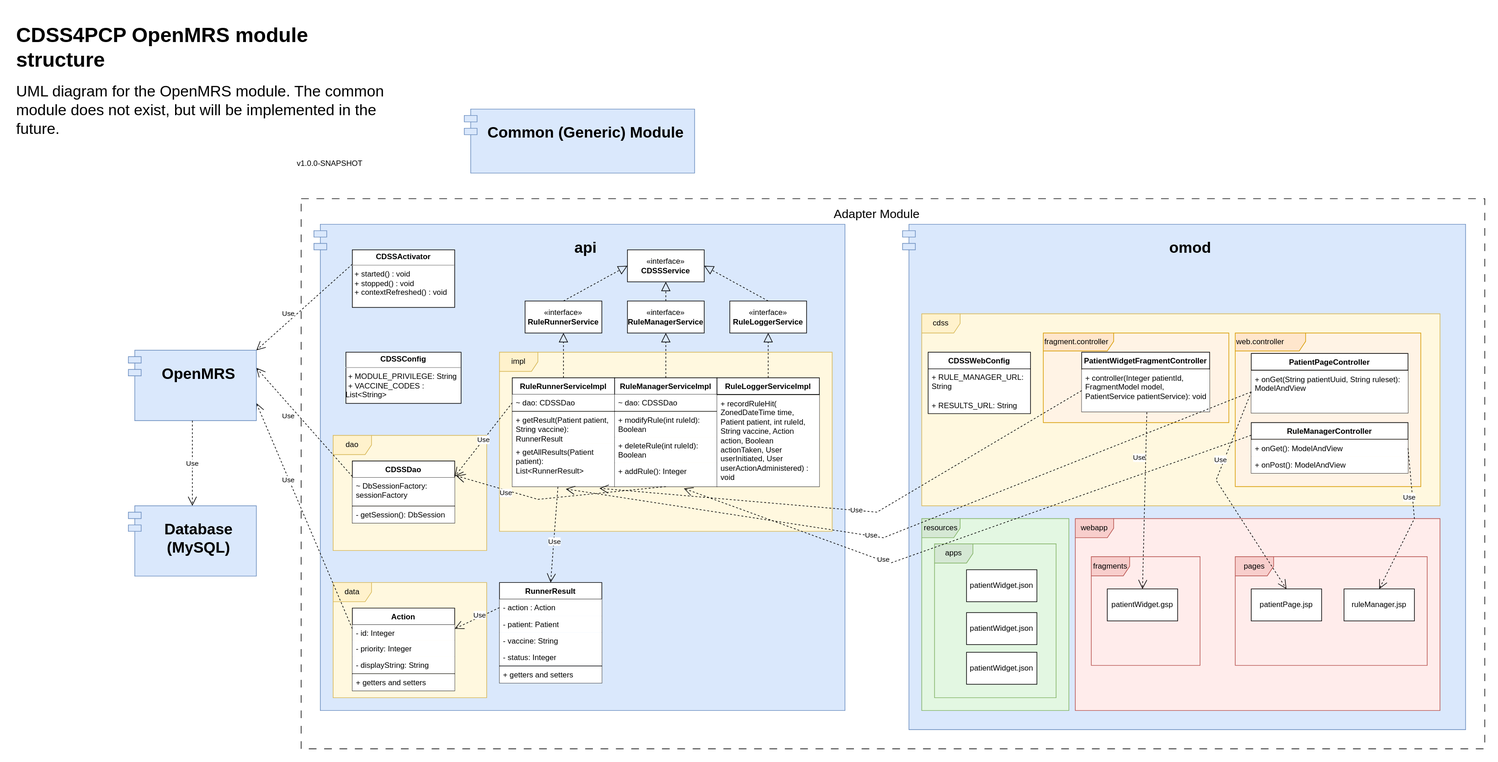
The draw.io diagram OpenMRS/OpenMRS module structure.svg in CDSS4PCP/EMR_EHR4CDSSPCP, before a commit. Source tidied: cells renumbered, new cells last; positions are measured from the earlier drawing's top-left corner, leaving out a move shared by most shapes.
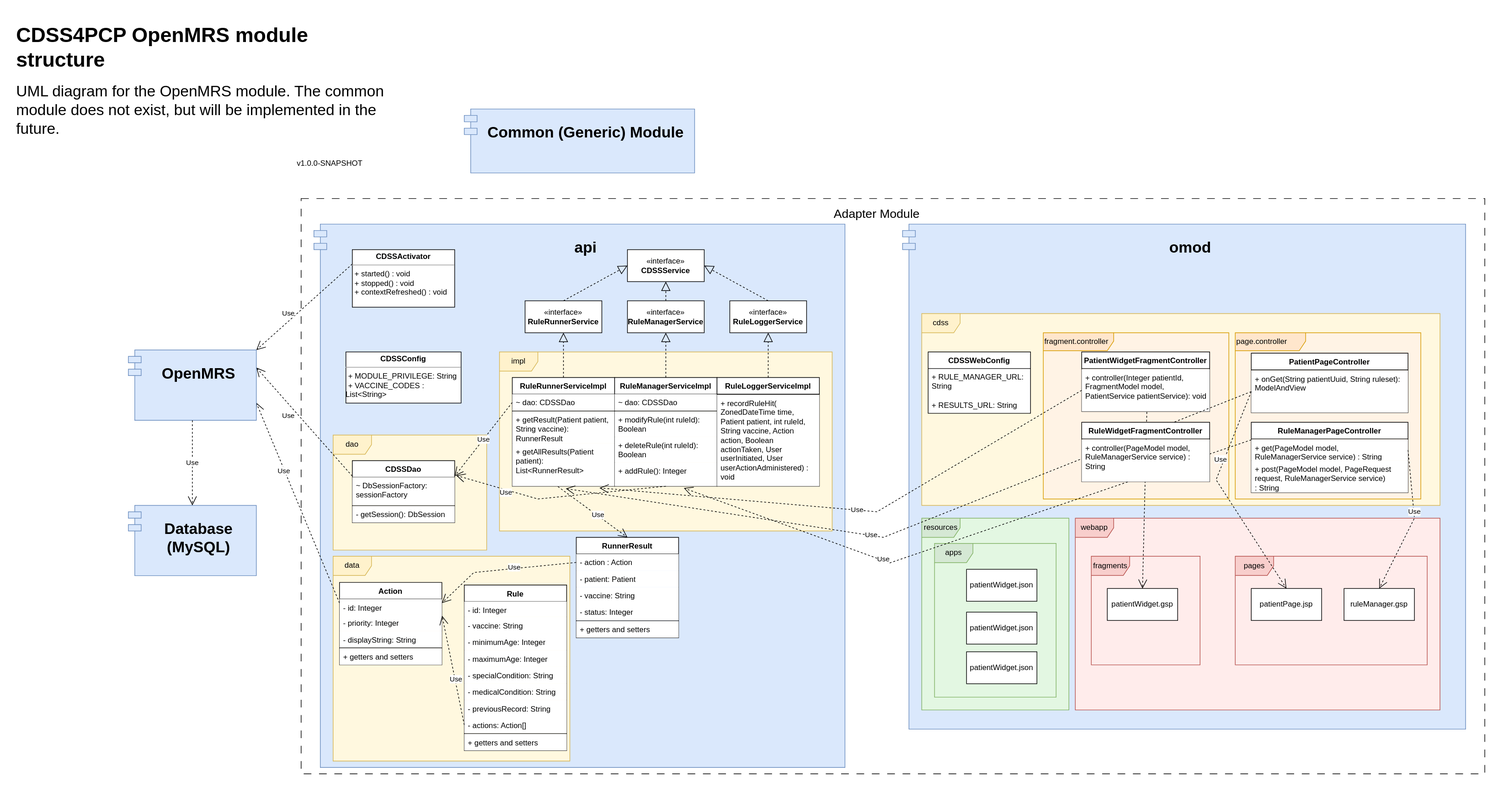
The same diagram one commit later.

Commit message:
Updated UML diagram for OpenMRS module

The edit, as a diff of the source:
```diff
@@ -3,7 +3,7 @@
     <mxCell id="0" />
     <mxCell id="1" parent="0" />
     <mxCell id="2" style="verticalLabelPosition=bottom;verticalAlign=top;html=1;shape=mxgraph.basic.rect;fillColor2=none;strokeWidth=1;size=20;indent=5;fillColor=none;dashed=1;dashPattern=12 12;" parent="1" vertex="1">
-      <mxGeometry x="450" y="280" width="1850" height="860" as="geometry" />
+      <mxGeometry x="450" y="280" width="1850" height="900" as="geometry" />
     </mxCell>
     <mxCell id="3" value="&lt;h1&gt;omod&lt;/h1&gt;" style="shape=module;align=left;spacingLeft=20;align=center;verticalAlign=top;whiteSpace=wrap;html=1;fillColor=#dae8fc;strokeColor=#6c8ebf;" parent="1" vertex="1">
       <mxGeometry x="1390" y="320" width="880" height="790" as="geometry" />
@@ -11,14 +11,14 @@
     <mxCell id="4" value="cdss" style="shape=umlFrame;whiteSpace=wrap;html=1;swimlaneFillColor=#FFF8DF;fillColor=#FFF2CC;strokeColor=#d6b656;" parent="1" vertex="1">
       <mxGeometry x="1420" y="460" width="810" height="300" as="geometry" />
     </mxCell>
-    <mxCell id="5" value="web.controller" style="shape=umlFrame;whiteSpace=wrap;html=1;swimlaneFillColor=#FFF3E5;align=left;width=110;height=28;fillColor=#ffe6cc;strokeColor=#d79b00;" parent="1" vertex="1">
-      <mxGeometry x="1910" y="490" width="290" height="240" as="geometry" />
+    <mxCell id="5" value="page.controller" style="shape=umlFrame;whiteSpace=wrap;html=1;swimlaneFillColor=#FFF3E5;align=left;width=110;height=28;fillColor=#ffe6cc;strokeColor=#d79b00;" parent="1" vertex="1">
+      <mxGeometry x="1910" y="490" width="290" height="260" as="geometry" />
     </mxCell>
     <mxCell id="6" value="fragment.controller" style="shape=umlFrame;whiteSpace=wrap;html=1;swimlaneFillColor=#FFF3E5;align=left;width=110;height=28;fillColor=#ffe6cc;strokeColor=#d79b00;" parent="1" vertex="1">
-      <mxGeometry x="1610" y="490" width="290" height="140" as="geometry" />
+      <mxGeometry x="1610" y="490" width="290" height="260" as="geometry" />
     </mxCell>
     <mxCell id="7" value="&lt;h1&gt;api&lt;/h1&gt;" style="shape=module;align=left;spacingLeft=20;align=center;verticalAlign=top;whiteSpace=wrap;html=1;fillColor=#dae8fc;strokeColor=#6c8ebf;" parent="1" vertex="1">
-      <mxGeometry x="470" y="320" width="830" height="760" as="geometry" />
+      <mxGeometry x="470" y="320" width="830" height="850" as="geometry" />
     </mxCell>
     <mxCell id="8" value="«interface»&lt;br&gt;&lt;b&gt;CDSSService&lt;br&gt;&lt;/b&gt;" style="html=1;whiteSpace=wrap;" parent="1" vertex="1">
       <mxGeometry x="960" y="360" width="120" height="50" as="geometry" />
@@ -117,10 +117,10 @@
       <mxGeometry y="71" width="160" height="26" as="geometry" />
     </mxCell>
     <mxCell id="40" value="data" style="shape=umlFrame;whiteSpace=wrap;html=1;fillColor=#fff2cc;swimlaneFillColor=#FFF8DF;strokeColor=#d6b656;" parent="1" vertex="1">
-      <mxGeometry x="500" y="880" width="240" height="180" as="geometry" />
+      <mxGeometry x="500" y="839.5" width="370" height="320.5" as="geometry" />
     </mxCell>
     <mxCell id="41" value="Action" style="swimlane;fontStyle=1;align=center;verticalAlign=top;horizontal=1;startSize=26;whiteSpace=wrap;html=1;fillColor=default;" parent="1" vertex="1">
-      <mxGeometry x="530" y="920" width="160" height="129" as="geometry" />
+      <mxGeometry x="510" y="880.5" width="160" height="129" as="geometry" />
     </mxCell>
     <mxCell id="42" value="- id: Integer" style="text;strokeColor=none;fillColor=default;align=left;verticalAlign=top;spacingLeft=4;spacingRight=4;overflow=hidden;whiteSpace=wrap;html=1;" parent="41" vertex="1">
       <mxGeometry y="26" width="160" height="24" as="geometry" />
@@ -138,7 +138,7 @@
       <mxGeometry y="103" width="160" height="26" as="geometry" />
     </mxCell>
     <mxCell id="47" value="RunnerResult" style="swimlane;fontStyle=1;align=center;verticalAlign=top;horizontal=1;startSize=26;whiteSpace=wrap;html=1;fillColor=default;" parent="1" vertex="1">
-      <mxGeometry x="760" y="880" width="160" height="157" as="geometry" />
+      <mxGeometry x="880" y="810" width="160" height="157" as="geometry" />
     </mxCell>
     <mxCell id="48" value="- action : Action" style="text;strokeColor=none;fillColor=default;align=left;verticalAlign=top;spacingLeft=4;spacingRight=4;overflow=hidden;whiteSpace=wrap;html=1;" parent="47" vertex="1">
       <mxGeometry y="26" width="160" height="26" as="geometry" />
@@ -182,6 +182,9 @@
     </mxCell>
     <mxCell id="60" value="Use" style="endArrow=open;endSize=12;dashed=1;html=1;rounded=0;exitX=0;exitY=0.25;exitDx=0;exitDy=0;entryX=1;entryY=0.25;entryDx=0;entryDy=0;" parent="1" edge="1" source="47" target="41">
       <mxGeometry x="-0.17" y="-2" relative="1" as="geometry">
+        <Array as="points">
+          <mxPoint x="720" y="865" />
+        </Array>
         <mxPoint x="-1" as="offset" />
       </mxGeometry>
     </mxCell>
@@ -203,17 +206,17 @@
     <mxCell id="66" value="+&amp;nbsp;onGet&lt;span style=&quot;background-color: initial;&quot;&gt;(String patientUuid, String ruleset): ModelAndView&lt;/span&gt;" style="text;strokeColor=none;fillColor=default;align=left;verticalAlign=top;spacingLeft=4;spacingRight=4;overflow=hidden;points=[[0,0.5],[1,0.5]];portConstraint=eastwest;whiteSpace=wrap;html=1;" parent="64" vertex="1">
       <mxGeometry y="27" width="245" height="66" as="geometry" />
     </mxCell>
-    <mxCell id="67" value="RuleManagerController" style="swimlane;fontStyle=1;align=center;verticalAlign=top;horizontal=1;startSize=26;whiteSpace=wrap;html=1;" parent="1" vertex="1">
-      <mxGeometry x="1935" y="630" width="245" height="79" as="geometry" />
+    <mxCell id="67" value="RuleManagerPageController" style="swimlane;fontStyle=1;align=center;verticalAlign=top;horizontal=1;startSize=26;whiteSpace=wrap;html=1;" parent="1" vertex="1">
+      <mxGeometry x="1935" y="630" width="245" height="110" as="geometry" />
     </mxCell>
     <mxCell id="68" style="line;strokeWidth=1;fillColor=none;align=left;verticalAlign=middle;spacingTop=-1;spacingLeft=3;spacingRight=3;labelPosition=right;strokeColor=none;" parent="67" vertex="1">
       <mxGeometry y="26" width="245" height="1" as="geometry" />
     </mxCell>
-    <mxCell id="69" value="+&amp;nbsp;onGet&lt;span style=&quot;background-color: initial;&quot;&gt;(): ModelAndView&lt;/span&gt;" style="text;strokeColor=none;fillColor=default;align=left;verticalAlign=top;spacingLeft=4;spacingRight=4;overflow=hidden;points=[[0,0.5],[1,0.5]];portConstraint=eastwest;whiteSpace=wrap;html=1;" parent="67" vertex="1">
-      <mxGeometry y="27" width="245" height="26" as="geometry" />
+    <mxCell id="69" value="+ get(PageModel model, RuleManagerService service) : String&amp;nbsp;" style="text;strokeColor=none;fillColor=default;align=left;verticalAlign=top;spacingLeft=4;spacingRight=4;overflow=hidden;points=[[0,0.5],[1,0.5]];portConstraint=eastwest;whiteSpace=wrap;html=1;" parent="67" vertex="1">
+      <mxGeometry y="27" width="245" height="33" as="geometry" />
     </mxCell>
-    <mxCell id="70" value="+ onPost(): ModelAndView" style="text;strokeColor=none;fillColor=default;align=left;verticalAlign=top;spacingLeft=4;spacingRight=4;overflow=hidden;whiteSpace=wrap;html=1;" parent="67" vertex="1">
-      <mxGeometry y="53" width="245" height="26" as="geometry" />
+    <mxCell id="70" value="+ post(PageModel model, PageRequest request,&lt;span style=&quot;background-color: initial;&quot;&gt;&amp;nbsp;RuleManagerService service) :&amp;nbsp;&lt;/span&gt;String&amp;nbsp;" style="text;strokeColor=none;fillColor=default;align=left;verticalAlign=top;spacingLeft=4;spacingRight=4;overflow=hidden;whiteSpace=wrap;html=1;" parent="67" vertex="1">
+      <mxGeometry y="60" width="245" height="50" as="geometry" />
     </mxCell>
     <mxCell id="71" value="&lt;h1&gt;Database (MySQL)&lt;/h1&gt;" style="shape=module;align=left;spacingLeft=20;align=center;verticalAlign=top;whiteSpace=wrap;html=1;fillColor=#dae8fc;strokeColor=#6c8ebf;" parent="1" vertex="1">
       <mxGeometry x="180" y="760" width="200" height="110" as="geometry" />
@@ -236,7 +239,7 @@
     <mxCell id="77" value="patientPage.jsp" style="html=1;whiteSpace=wrap;" parent="1" vertex="1">
       <mxGeometry x="1935" y="890" width="110" height="50" as="geometry" />
     </mxCell>
-    <mxCell id="78" value="ruleManager.jsp" style="html=1;whiteSpace=wrap;" parent="1" vertex="1">
+    <mxCell id="78" value="ruleManager.gsp" style="html=1;whiteSpace=wrap;" parent="1" vertex="1">
       <mxGeometry x="2080" y="890" width="110" height="50" as="geometry" />
     </mxCell>
     <mxCell id="79" value="resources" style="shape=umlFrame;whiteSpace=wrap;html=1;fillColor=#D5E8D4;strokeColor=#82b366;swimlaneFillColor=#E3F7E2;" parent="1" vertex="1">
@@ -271,7 +274,7 @@
       </mxGeometry>
     </mxCell>
     <mxCell id="88" value="Use" style="endArrow=open;endSize=12;dashed=1;html=1;rounded=0;entryX=0.5;entryY=0;entryDx=0;entryDy=0;exitX=1;exitY=0.5;exitDx=0;exitDy=0;" parent="1" edge="1" source="69" target="78">
-      <mxGeometry x="-0.34" y="-5" relative="1" as="geometry">
+      <mxGeometry x="-0.16" y="1" relative="1" as="geometry">
         <Array as="points">
           <mxPoint x="2190" y="780" />
         </Array>
@@ -317,5 +320,55 @@
     <mxCell id="97" value="&lt;font style=&quot;font-size: 19px;&quot;&gt;Adapter Module&lt;/font&gt;" style="text;html=1;strokeColor=none;fillColor=none;align=center;verticalAlign=middle;whiteSpace=wrap;rounded=0;" parent="1" vertex="1">
       <mxGeometry x="1280" y="290" width="140" height="30" as="geometry" />
     </mxCell>
+    <mxCell id="98" value="RuleWidgetFragmentController" style="swimlane;fontStyle=1;align=center;verticalAlign=top;horizontal=1;startSize=26;whiteSpace=wrap;html=1;" parent="1" vertex="1">
+      <mxGeometry x="1670" y="630" width="200" height="93" as="geometry" />
+    </mxCell>
+    <mxCell id="99" style="line;strokeWidth=1;fillColor=none;align=left;verticalAlign=middle;spacingTop=-1;spacingLeft=3;spacingRight=3;labelPosition=right;strokeColor=none;" parent="98" vertex="1">
+      <mxGeometry y="26" width="200" height="1" as="geometry" />
+    </mxCell>
+    <mxCell id="100" value="+ controller(PageModel model, RuleManagerService service) : String" style="text;strokeColor=none;fillColor=default;align=left;verticalAlign=top;spacingLeft=4;spacingRight=4;overflow=hidden;whiteSpace=wrap;html=1;" parent="98" vertex="1">
+      <mxGeometry y="27" width="200" height="66" as="geometry" />
+    </mxCell>
+    <mxCell id="101" value="Rule" style="swimlane;fontStyle=1;align=center;verticalAlign=top;horizontal=1;startSize=26;whiteSpace=wrap;html=1;fillColor=default;" parent="1" vertex="1">
+      <mxGeometry x="705" y="884.5" width="160" height="259" as="geometry" />
+    </mxCell>
+    <mxCell id="102" value="- id: Integer" style="text;strokeColor=none;fillColor=default;align=left;verticalAlign=top;spacingLeft=4;spacingRight=4;overflow=hidden;whiteSpace=wrap;html=1;" parent="101" vertex="1">
+      <mxGeometry y="26" width="160" height="24" as="geometry" />
+    </mxCell>
+    <mxCell id="103" value="- vaccine&lt;span style=&quot;background-color: initial;&quot;&gt;: String&lt;/span&gt;" style="text;strokeColor=none;fillColor=default;align=left;verticalAlign=top;spacingLeft=4;spacingRight=4;overflow=hidden;whiteSpace=wrap;html=1;" parent="101" vertex="1">
+      <mxGeometry y="50" width="160" height="26" as="geometry" />
+    </mxCell>
+    <mxCell id="104" value="-&amp;nbsp;minimumAge&lt;span style=&quot;background-color: initial;&quot;&gt;:&amp;nbsp;Integer&lt;/span&gt;" style="text;strokeColor=none;fillColor=default;align=left;verticalAlign=top;spacingLeft=4;spacingRight=4;overflow=hidden;whiteSpace=wrap;html=1;" parent="101" vertex="1">
+      <mxGeometry y="76" width="160" height="26" as="geometry" />
+    </mxCell>
+    <mxCell id="105" value="-&amp;nbsp;maximumAge:&amp;nbsp;Integer" style="text;strokeColor=none;fillColor=default;align=left;verticalAlign=top;spacingLeft=4;spacingRight=4;overflow=hidden;whiteSpace=wrap;html=1;" parent="101" vertex="1">
+      <mxGeometry y="102" width="160" height="26" as="geometry" />
+    </mxCell>
+    <mxCell id="106" value="-&amp;nbsp;specialCondition&lt;span style=&quot;background-color: initial;&quot;&gt;: String&lt;/span&gt;" style="text;strokeColor=none;fillColor=default;align=left;verticalAlign=top;spacingLeft=4;spacingRight=4;overflow=hidden;whiteSpace=wrap;html=1;" parent="101" vertex="1">
+      <mxGeometry y="128" width="160" height="26" as="geometry" />
+    </mxCell>
+    <mxCell id="107" value="-&amp;nbsp;medicalCondition&lt;span style=&quot;background-color: initial;&quot;&gt;: String&lt;/span&gt;" style="text;strokeColor=none;fillColor=default;align=left;verticalAlign=top;spacingLeft=4;spacingRight=4;overflow=hidden;whiteSpace=wrap;html=1;" parent="101" vertex="1">
+      <mxGeometry y="154" width="160" height="26" as="geometry" />
+    </mxCell>
+    <mxCell id="108" value="-&amp;nbsp;previousRecord&lt;span style=&quot;background-color: initial;&quot;&gt;: String&lt;/span&gt;" style="text;strokeColor=none;fillColor=default;align=left;verticalAlign=top;spacingLeft=4;spacingRight=4;overflow=hidden;whiteSpace=wrap;html=1;" parent="101" vertex="1">
+      <mxGeometry y="180" width="160" height="26" as="geometry" />
+    </mxCell>
+    <mxCell id="109" value="- actions: Action[]" style="text;strokeColor=none;fillColor=default;align=left;verticalAlign=top;spacingLeft=4;spacingRight=4;overflow=hidden;points=[[0,0.5],[1,0.5]];portConstraint=eastwest;whiteSpace=wrap;html=1;" parent="101" vertex="1">
+      <mxGeometry y="206" width="160" height="26" as="geometry" />
+    </mxCell>
+    <mxCell id="110" style="line;strokeWidth=1;fillColor=default;align=left;verticalAlign=middle;spacingTop=-1;spacingLeft=3;spacingRight=3;labelPosition=right;strokeColor=inherit;" parent="101" vertex="1">
+      <mxGeometry y="232" width="160" height="1" as="geometry" />
+    </mxCell>
+    <mxCell id="111" value="+ getters and setters" style="text;strokeColor=none;fillColor=default;align=left;verticalAlign=top;spacingLeft=4;spacingRight=4;overflow=hidden;whiteSpace=wrap;html=1;" parent="101" vertex="1">
+      <mxGeometry y="233" width="160" height="26" as="geometry" />
+    </mxCell>
+    <mxCell id="112" value="Use" style="endArrow=open;endSize=12;dashed=1;html=1;rounded=0;exitX=0;exitY=0.5;exitDx=0;exitDy=0;entryX=1.002;entryY=0.081;entryDx=0;entryDy=0;entryPerimeter=0;" parent="1" edge="1" source="109" target="43">
+      <mxGeometry x="-0.17" y="-2" relative="1" as="geometry">
+        <Array as="points">
+          <mxPoint x="680" y="980" />
+        </Array>
+        <mxPoint x="-1" as="offset" />
+      </mxGeometry>
+    </mxCell>
   </root>
 </mxGraphModel>
```
